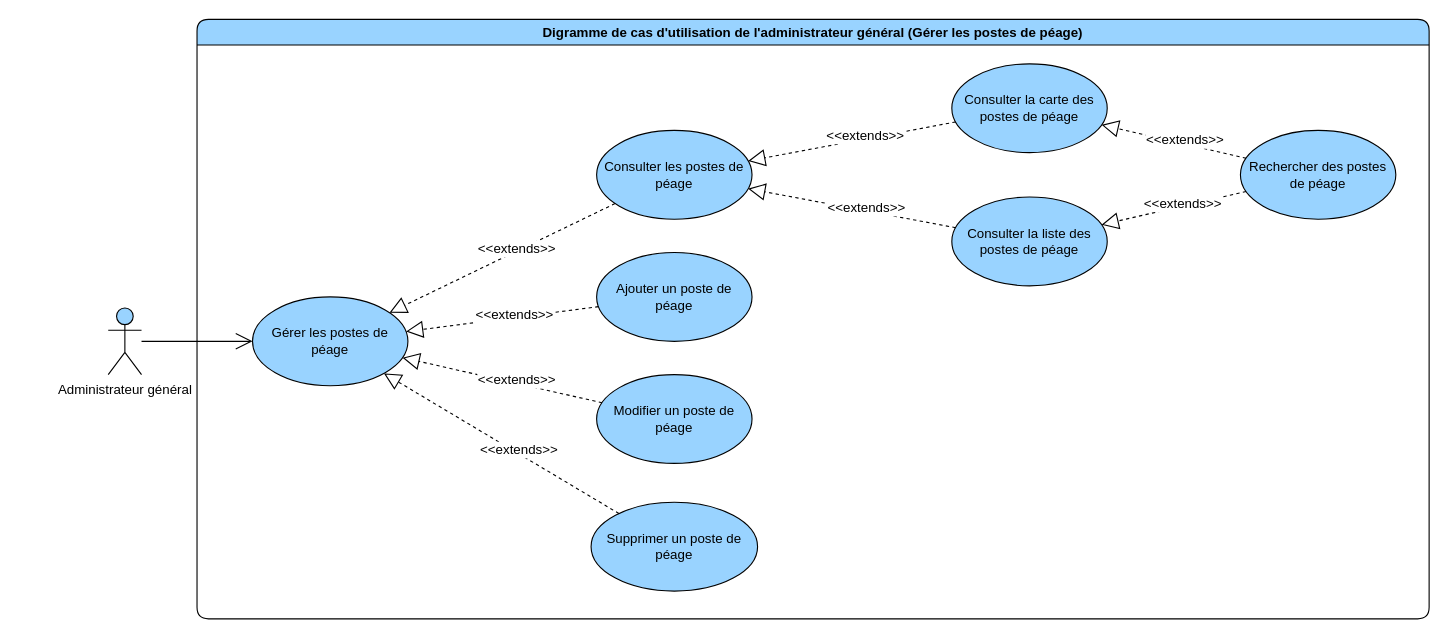
devlotfi/peage-pay keeps this draw.io diagram as page "gerer les poste de peage" (3 of 6) of diagrams/use-case/administrateur-general.drawio. Above is the earlier version. Source tidied: cells renumbered, new cells numbered last; positions are measured from the earlier drawing's top-left corner, leaving out a move shared by most shapes. Both pictures are drawn from the tidied source at 111%, with x=0, y=0 at pixel (108, 19).
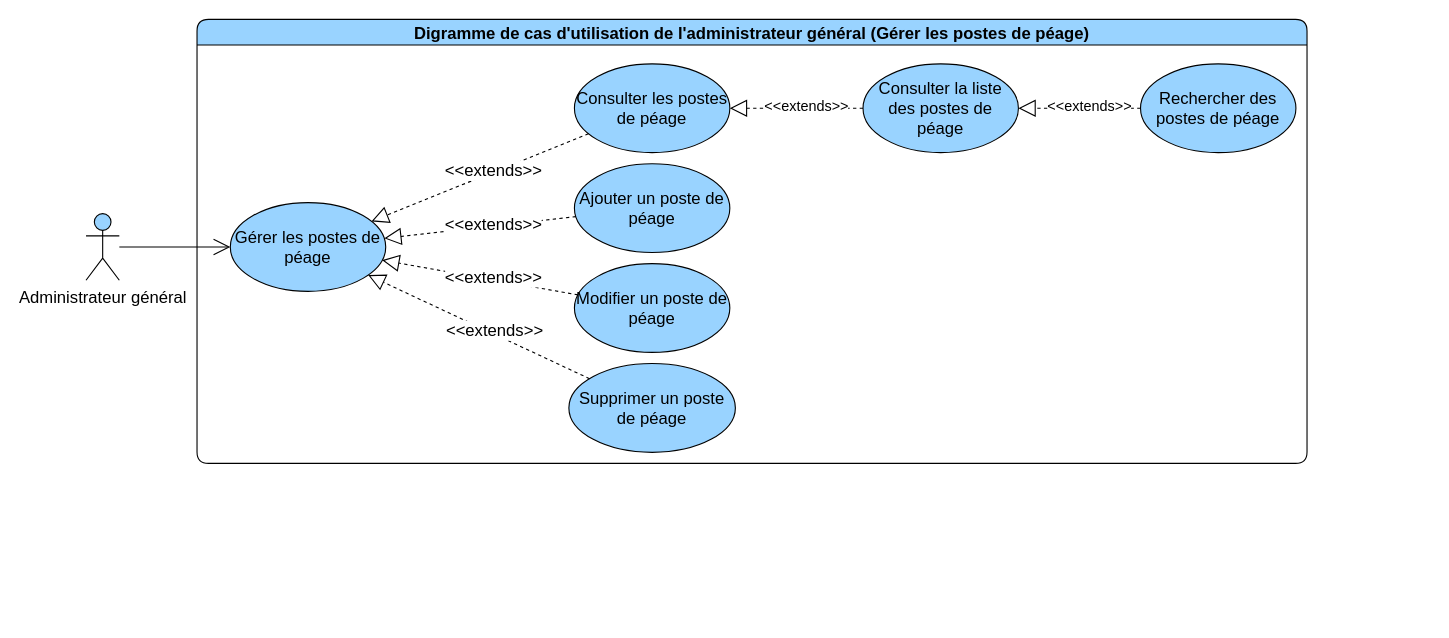
Above is the later version.

Change to the diagram source:
```diff
@@
-    <mxCell id="2" value="Digramme de cas d'utilisation de l'administrateur général (Gérer les postes de péage)" style="swimlane;whiteSpace=wrap;html=1;rounded=1;fillColor=#99D3FF;" parent="1" vertex="1">
-      <mxGeometry x="80" width="1110" height="540" as="geometry" />
+    <mxCell id="2" value="Digramme de cas d'utilisation de l'administrateur général (Gérer les postes de péage)" style="swimlane;whiteSpace=wrap;html=1;rounded=1;fillColor=#99D3FF;fontSize=15;" parent="1" vertex="1">
+      <mxGeometry x="80" width="1000" height="400" as="geometry" />
     </mxCell>
-    <mxCell id="3" value="Ajouter un poste de péage" style="ellipse;whiteSpace=wrap;html=1;strokeColor=default;align=center;verticalAlign=middle;fontFamily=Helvetica;fontSize=12;fontColor=default;fillColor=#99D3FF;" parent="2" vertex="1">
-      <mxGeometry x="360" y="210" width="140" height="80" as="geometry" />
+    <mxCell id="3" value="Ajouter un poste de péage" style="ellipse;whiteSpace=wrap;html=1;strokeColor=default;align=center;verticalAlign=middle;fontFamily=Helvetica;fontSize=15;fontColor=default;fillColor=#99D3FF;" parent="2" vertex="1">
+      <mxGeometry x="340" y="130" width="140" height="80" as="geometry" />
     </mxCell>
-    <mxCell id="4" value="Modifier un poste de péage" style="ellipse;whiteSpace=wrap;html=1;strokeColor=default;align=center;verticalAlign=middle;fontFamily=Helvetica;fontSize=12;fontColor=default;fillColor=#99D3FF;" parent="2" vertex="1">
-      <mxGeometry x="360" y="320" width="140" height="80" as="geometry" />
+    <mxCell id="4" value="Modifier un poste de péage" style="ellipse;whiteSpace=wrap;html=1;strokeColor=default;align=center;verticalAlign=middle;fontFamily=Helvetica;fontSize=15;fontColor=default;fillColor=#99D3FF;" parent="2" vertex="1">
+      <mxGeometry x="340" y="220" width="140" height="80" as="geometry" />
     </mxCell>
-    <mxCell id="5" value="Supprimer un poste de péage" style="ellipse;whiteSpace=wrap;html=1;strokeColor=default;align=center;verticalAlign=middle;fontFamily=Helvetica;fontSize=12;fontColor=default;fillColor=#99D3FF;" parent="2" vertex="1">
-      <mxGeometry x="355" y="435" width="150" height="80" as="geometry" />
+    <mxCell id="5" value="Supprimer un poste de péage" style="ellipse;whiteSpace=wrap;html=1;strokeColor=default;align=center;verticalAlign=middle;fontFamily=Helvetica;fontSize=15;fontColor=default;fillColor=#99D3FF;" parent="2" vertex="1">
+      <mxGeometry x="335" y="310" width="150" height="80" as="geometry" />
     </mxCell>
-    <mxCell id="6" value="Consulter les postes de péage" style="ellipse;whiteSpace=wrap;html=1;strokeColor=default;align=center;verticalAlign=middle;fontFamily=Helvetica;fontSize=12;fontColor=default;fillColor=#99D3FF;" parent="2" vertex="1">
-      <mxGeometry x="360" y="100" width="140" height="80" as="geometry" />
+    <mxCell id="6" value="Consulter les postes de péage" style="ellipse;whiteSpace=wrap;html=1;strokeColor=default;align=center;verticalAlign=middle;fontFamily=Helvetica;fontSize=15;fontColor=default;fillColor=#99D3FF;" parent="2" vertex="1">
+      <mxGeometry x="340" y="40" width="140" height="80" as="geometry" />
     </mxCell>
-    <mxCell id="7" value="Rechercher des postes de péage" style="ellipse;whiteSpace=wrap;html=1;strokeColor=default;align=center;verticalAlign=middle;fontFamily=Helvetica;fontSize=12;fontColor=default;fillColor=#99D3FF;" parent="2" vertex="1">
-      <mxGeometry x="940" y="100" width="140" height="80" as="geometry" />
+    <mxCell id="7" value="Rechercher des postes de péage" style="ellipse;whiteSpace=wrap;html=1;strokeColor=default;align=center;verticalAlign=middle;fontFamily=Helvetica;fontSize=15;fontColor=default;fillColor=#99D3FF;" parent="2" vertex="1">
+      <mxGeometry x="850" y="40" width="140" height="80" as="geometry" />
     </mxCell>
-    <mxCell id="8" value="Gérer les postes de péage" style="ellipse;whiteSpace=wrap;html=1;strokeColor=default;align=center;verticalAlign=middle;fontFamily=Helvetica;fontSize=12;fontColor=default;fillColor=#99D3FF;" parent="2" vertex="1">
-      <mxGeometry x="50" y="250" width="140" height="80" as="geometry" />
-    </mxCell>
-    <mxCell id="9" style="edgeStyle=none;rounded=0;jettySize=auto;html=1;dashed=1;strokeColor=default;align=center;verticalAlign=middle;fontFamily=Helvetica;fontSize=12;fontColor=default;labelBackgroundColor=default;startSize=6;endArrow=block;endFill=0;endSize=13;" parent="2" edge="1" source="6" target="8">
+    <mxCell id="9" style="edgeStyle=none;rounded=0;jettySize=auto;html=1;dashed=1;strokeColor=default;align=center;verticalAlign=middle;fontFamily=Helvetica;fontSize=15;fontColor=default;labelBackgroundColor=default;startSize=6;endArrow=block;endFill=0;endSize=13;" parent="2" edge="1" source="6" target="8">
       <mxGeometry relative="1" as="geometry" />
     </mxCell>
-    <mxCell id="10" value="&amp;lt;&amp;lt;extends&amp;gt;&amp;gt;" style="edgeLabel;html=1;align=center;verticalAlign=middle;strokeColor=default;fontFamily=Helvetica;fontSize=12;fontColor=default;labelBackgroundColor=default;fillColor=#99D3FF;" parent="9" vertex="1">
+    <mxCell id="10" value="&amp;lt;&amp;lt;extends&amp;gt;&amp;gt;" style="edgeLabel;html=1;align=center;verticalAlign=middle;strokeColor=default;fontFamily=Helvetica;fontSize=15;fontColor=default;labelBackgroundColor=default;fillColor=#99D3FF;" parent="9" vertex="1">
       <mxGeometry x="-0.12" y="-3" relative="1" as="geometry">
         <mxPoint x="1" as="offset" />
       </mxGeometry>
     </mxCell>
-    <mxCell id="11" style="edgeStyle=none;rounded=0;jettySize=auto;html=1;dashed=1;strokeColor=default;align=center;verticalAlign=middle;fontFamily=Helvetica;fontSize=12;fontColor=default;labelBackgroundColor=default;startSize=6;endArrow=block;endFill=0;endSize=13;" parent="2" edge="1" source="3" target="8">
+    <mxCell id="11" style="edgeStyle=none;rounded=0;jettySize=auto;html=1;dashed=1;strokeColor=default;align=center;verticalAlign=middle;fontFamily=Helvetica;fontSize=15;fontColor=default;labelBackgroundColor=default;startSize=6;endArrow=block;endFill=0;endSize=13;" parent="2" edge="1" source="3" target="8">
       <mxGeometry relative="1" as="geometry" />
     </mxCell>
-    <mxCell id="12" value="&amp;lt;&amp;lt;extends&amp;gt;&amp;gt;" style="edgeLabel;html=1;align=center;verticalAlign=middle;strokeColor=default;fontFamily=Helvetica;fontSize=12;fontColor=default;labelBackgroundColor=default;fillColor=#99D3FF;" parent="11" vertex="1">
+    <mxCell id="12" value="&amp;lt;&amp;lt;extends&amp;gt;&amp;gt;" style="edgeLabel;html=1;align=center;verticalAlign=middle;strokeColor=default;fontFamily=Helvetica;fontSize=15;fontColor=default;labelBackgroundColor=default;fillColor=#99D3FF;" parent="11" vertex="1">
       <mxGeometry x="-0.12" y="-3" relative="1" as="geometry">
         <mxPoint x="1" as="offset" />
       </mxGeometry>
     </mxCell>
-    <mxCell id="13" style="edgeStyle=none;rounded=0;jettySize=auto;html=1;dashed=1;strokeColor=default;align=center;verticalAlign=middle;fontFamily=Helvetica;fontSize=12;fontColor=default;labelBackgroundColor=default;startSize=6;endArrow=block;endFill=0;endSize=13;" parent="2" edge="1" source="4" target="8">
+    <mxCell id="13" style="edgeStyle=none;rounded=0;jettySize=auto;html=1;dashed=1;strokeColor=default;align=center;verticalAlign=middle;fontFamily=Helvetica;fontSize=15;fontColor=default;labelBackgroundColor=default;startSize=6;endArrow=block;endFill=0;endSize=13;" parent="2" edge="1" source="4" target="8">
       <mxGeometry relative="1" as="geometry" />
     </mxCell>
-    <mxCell id="14" value="&amp;lt;&amp;lt;extends&amp;gt;&amp;gt;" style="edgeLabel;html=1;align=center;verticalAlign=middle;strokeColor=default;fontFamily=Helvetica;fontSize=12;fontColor=default;labelBackgroundColor=default;fillColor=#99D3FF;" parent="13" vertex="1">
+    <mxCell id="14" value="&amp;lt;&amp;lt;extends&amp;gt;&amp;gt;" style="edgeLabel;html=1;align=center;verticalAlign=middle;strokeColor=default;fontFamily=Helvetica;fontSize=15;fontColor=default;labelBackgroundColor=default;fillColor=#99D3FF;" parent="13" vertex="1">
       <mxGeometry x="-0.12" y="-3" relative="1" as="geometry">
         <mxPoint x="1" as="offset" />
       </mxGeometry>
     </mxCell>
-    <mxCell id="15" style="edgeStyle=none;rounded=0;jettySize=auto;html=1;dashed=1;strokeColor=default;align=center;verticalAlign=middle;fontFamily=Helvetica;fontSize=12;fontColor=default;labelBackgroundColor=default;startSize=6;endArrow=block;endFill=0;endSize=13;" parent="2" edge="1" source="5" target="8">
+    <mxCell id="15" style="edgeStyle=none;rounded=0;jettySize=auto;html=1;dashed=1;strokeColor=default;align=center;verticalAlign=middle;fontFamily=Helvetica;fontSize=15;fontColor=default;labelBackgroundColor=default;startSize=6;endArrow=block;endFill=0;endSize=13;" parent="2" edge="1" source="5" target="8">
       <mxGeometry relative="1" as="geometry" />
     </mxCell>
-    <mxCell id="16" value="&amp;lt;&amp;lt;extends&amp;gt;&amp;gt;" style="edgeLabel;html=1;align=center;verticalAlign=middle;strokeColor=default;fontFamily=Helvetica;fontSize=12;fontColor=default;labelBackgroundColor=default;fillColor=#99D3FF;" parent="15" vertex="1">
+    <mxCell id="16" value="&amp;lt;&amp;lt;extends&amp;gt;&amp;gt;" style="edgeLabel;html=1;align=center;verticalAlign=middle;strokeColor=default;fontFamily=Helvetica;fontSize=15;fontColor=default;labelBackgroundColor=default;fillColor=#99D3FF;" parent="15" vertex="1">
       <mxGeometry x="-0.12" y="-3" relative="1" as="geometry">
         <mxPoint x="1" as="offset" />
       </mxGeometry>
     </mxCell>
-    <mxCell id="17" value="Consulter la liste des postes de péage" style="ellipse;whiteSpace=wrap;html=1;strokeColor=default;align=center;verticalAlign=middle;fontFamily=Helvetica;fontSize=12;fontColor=default;fillColor=#99D3FF;" parent="2" vertex="1">
-      <mxGeometry x="680" y="160" width="140" height="80" as="geometry" />
+    <mxCell id="17" value="Consulter la liste des postes de péage" style="ellipse;whiteSpace=wrap;html=1;strokeColor=default;align=center;verticalAlign=middle;fontFamily=Helvetica;fontSize=15;fontColor=default;fillColor=#99D3FF;" parent="2" vertex="1">
+      <mxGeometry x="600" y="40" width="140" height="80" as="geometry" />
     </mxCell>
-    <mxCell id="18" value="Consulter la carte des postes de péage" style="ellipse;whiteSpace=wrap;html=1;strokeColor=default;align=center;verticalAlign=middle;fontFamily=Helvetica;fontSize=12;fontColor=default;fillColor=#99D3FF;" parent="2" vertex="1">
-      <mxGeometry x="680" y="40" width="140" height="80" as="geometry" />
-    </mxCell>
-    <mxCell id="19" style="edgeStyle=none;rounded=0;jettySize=auto;html=1;dashed=1;strokeColor=default;align=center;verticalAlign=middle;fontFamily=Helvetica;fontSize=12;fontColor=default;labelBackgroundColor=default;startSize=6;endArrow=block;endFill=0;endSize=13;" parent="2" edge="1" source="7" target="18">
-      <mxGeometry relative="1" as="geometry" />
-    </mxCell>
-    <mxCell id="20" value="&amp;lt;&amp;lt;extends&amp;gt;&amp;gt;" style="edgeLabel;html=1;align=center;verticalAlign=middle;strokeColor=default;fontFamily=Helvetica;fontSize=12;fontColor=default;labelBackgroundColor=default;fillColor=#99D3FF;" parent="19" vertex="1">
-      <mxGeometry x="-0.12" y="-3" relative="1" as="geometry">
-        <mxPoint x="1" as="offset" />
-      </mxGeometry>
-    </mxCell>
-    <mxCell id="21" style="edgeStyle=none;rounded=0;jettySize=auto;html=1;dashed=1;strokeColor=default;align=center;verticalAlign=middle;fontFamily=Helvetica;fontSize=12;fontColor=default;labelBackgroundColor=default;startSize=6;endArrow=block;endFill=0;endSize=13;" parent="2" edge="1" source="18" target="6">
-      <mxGeometry relative="1" as="geometry" />
-    </mxCell>
-    <mxCell id="22" value="&amp;lt;&amp;lt;extends&amp;gt;&amp;gt;" style="edgeLabel;html=1;align=center;verticalAlign=middle;strokeColor=default;fontFamily=Helvetica;fontSize=12;fontColor=default;labelBackgroundColor=default;fillColor=#99D3FF;" parent="21" vertex="1">
-      <mxGeometry x="-0.12" y="-3" relative="1" as="geometry">
-        <mxPoint x="1" as="offset" />
-      </mxGeometry>
-    </mxCell>
-    <mxCell id="23" style="edgeStyle=none;rounded=0;jettySize=auto;html=1;dashed=1;strokeColor=default;align=center;verticalAlign=middle;fontFamily=Helvetica;fontSize=12;fontColor=default;labelBackgroundColor=default;startSize=6;endArrow=block;endFill=0;endSize=13;" parent="2" edge="1" source="17" target="6">
+    <mxCell id="23" style="edgeStyle=none;rounded=0;jettySize=auto;html=1;dashed=1;strokeColor=default;align=center;verticalAlign=middle;fontFamily=Helvetica;fontSize=15;fontColor=default;labelBackgroundColor=default;startSize=6;endArrow=block;endFill=0;endSize=13;" parent="2" edge="1" source="17" target="6">
       <mxGeometry relative="1" as="geometry" />
     </mxCell>
-    <mxCell id="24" value="&amp;lt;&amp;lt;extends&amp;gt;&amp;gt;" style="edgeLabel;html=1;align=center;verticalAlign=middle;strokeColor=default;fontFamily=Helvetica;fontSize=12;fontColor=default;labelBackgroundColor=default;fillColor=#99D3FF;" parent="23" vertex="1">
+    <mxCell id="24" value="&amp;lt;&amp;lt;extends&amp;gt;&amp;gt;" style="edgeLabel;html=1;align=center;verticalAlign=middle;strokeColor=default;fontFamily=Helvetica;fontSize=13;fontColor=default;labelBackgroundColor=default;fillColor=#99D3FF;" parent="23" vertex="1">
       <mxGeometry x="-0.12" y="-3" relative="1" as="geometry">
         <mxPoint x="1" as="offset" />
       </mxGeometry>
     </mxCell>
-    <mxCell id="25" style="edgeStyle=none;rounded=0;jettySize=auto;html=1;dashed=1;strokeColor=default;align=center;verticalAlign=middle;fontFamily=Helvetica;fontSize=12;fontColor=default;labelBackgroundColor=default;startSize=6;endArrow=block;endFill=0;endSize=13;" parent="2" edge="1" source="7" target="17">
+    <mxCell id="25" style="edgeStyle=none;rounded=0;jettySize=auto;html=1;dashed=1;strokeColor=default;align=center;verticalAlign=middle;fontFamily=Helvetica;fontSize=15;fontColor=default;labelBackgroundColor=default;startSize=6;endArrow=block;endFill=0;endSize=13;" parent="2" edge="1" source="7" target="17">
       <mxGeometry relative="1" as="geometry" />
     </mxCell>
-    <mxCell id="26" value="&amp;lt;&amp;lt;extends&amp;gt;&amp;gt;" style="edgeLabel;html=1;align=center;verticalAlign=middle;strokeColor=default;fontFamily=Helvetica;fontSize=12;fontColor=default;labelBackgroundColor=default;fillColor=#99D3FF;" parent="25" vertex="1">
+    <mxCell id="26" value="&amp;lt;&amp;lt;extends&amp;gt;&amp;gt;" style="edgeLabel;html=1;align=center;verticalAlign=middle;strokeColor=default;fontFamily=Helvetica;fontSize=13;fontColor=default;labelBackgroundColor=default;fillColor=#99D3FF;" parent="25" vertex="1">
       <mxGeometry x="-0.12" y="-3" relative="1" as="geometry">
         <mxPoint x="1" as="offset" />
       </mxGeometry>
     </mxCell>
+    <mxCell id="8" value="Gérer les postes de péage" style="ellipse;whiteSpace=wrap;html=1;strokeColor=default;align=center;verticalAlign=middle;fontFamily=Helvetica;fontSize=15;fontColor=default;fillColor=#99D3FF;" parent="2" vertex="1">
+      <mxGeometry x="30" y="165" width="140" height="80" as="geometry" />
+    </mxCell>
+    <mxCell id="28" value="Administrateur général" style="shape=umlActor;verticalLabelPosition=bottom;verticalAlign=top;html=1;outlineConnect=0;strokeColor=default;align=center;fontFamily=Helvetica;fontSize=15;fontColor=default;fillColor=#99D3FF;" parent="1" vertex="1">
+      <mxGeometry x="-20" y="175" width="30" height="60" as="geometry" />
+    </mxCell>
-    <mxCell id="27" style="rounded=0;jettySize=auto;html=1;fontFamily=Helvetica;fontSize=12;fontColor=default;endArrow=open;endFill=0;startSize=6;endSize=13;" parent="1" edge="1" source="28" target="8">
+    <mxCell id="27" style="rounded=0;jettySize=auto;html=1;fontFamily=Helvetica;fontSize=15;fontColor=default;endArrow=open;endFill=0;startSize=6;endSize=13;" parent="1" edge="1" source="28" target="8">
       <mxGeometry relative="1" as="geometry" />
     </mxCell>
-    <mxCell id="28" value="Administrateur général" style="shape=umlActor;verticalLabelPosition=bottom;verticalAlign=top;html=1;outlineConnect=0;strokeColor=default;align=center;fontFamily=Helvetica;fontSize=12;fontColor=default;fillColor=#99D3FF;" parent="1" vertex="1">
-      <mxGeometry y="260" width="30" height="60" as="geometry" />
-    </mxCell>
```
